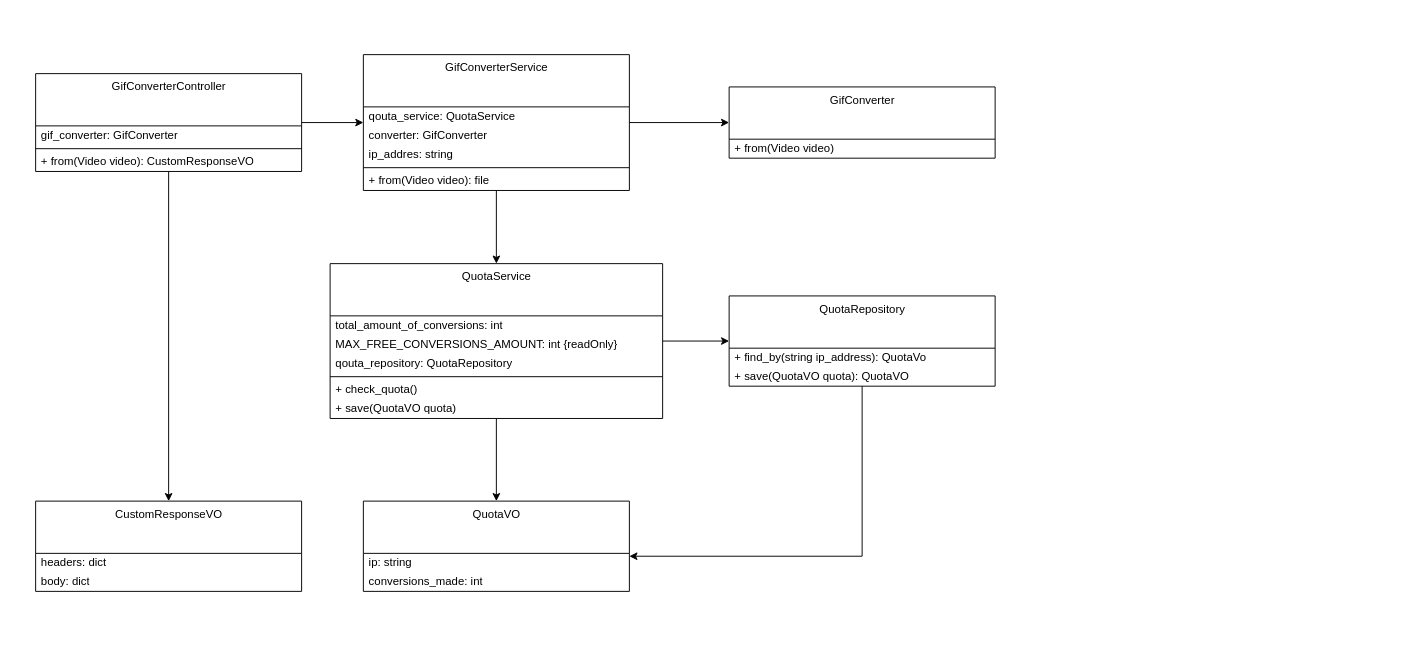
Before: page "SoC-BROKEN-SRP-NOT-BROKEN" (2 of 3) of images/clean-code-clean-systems/SRPvsSoC.drawio in GabrielSlima/blog, a draw.io diagram. Source tidied: cells renumbered, new cells numbered last; positions are measured from the earlier drawing's top-left corner, leaving out a move shared by most shapes. Both pictures are drawn from the tidied source at 95%, with x=0, y=0 at pixel (35, 54).
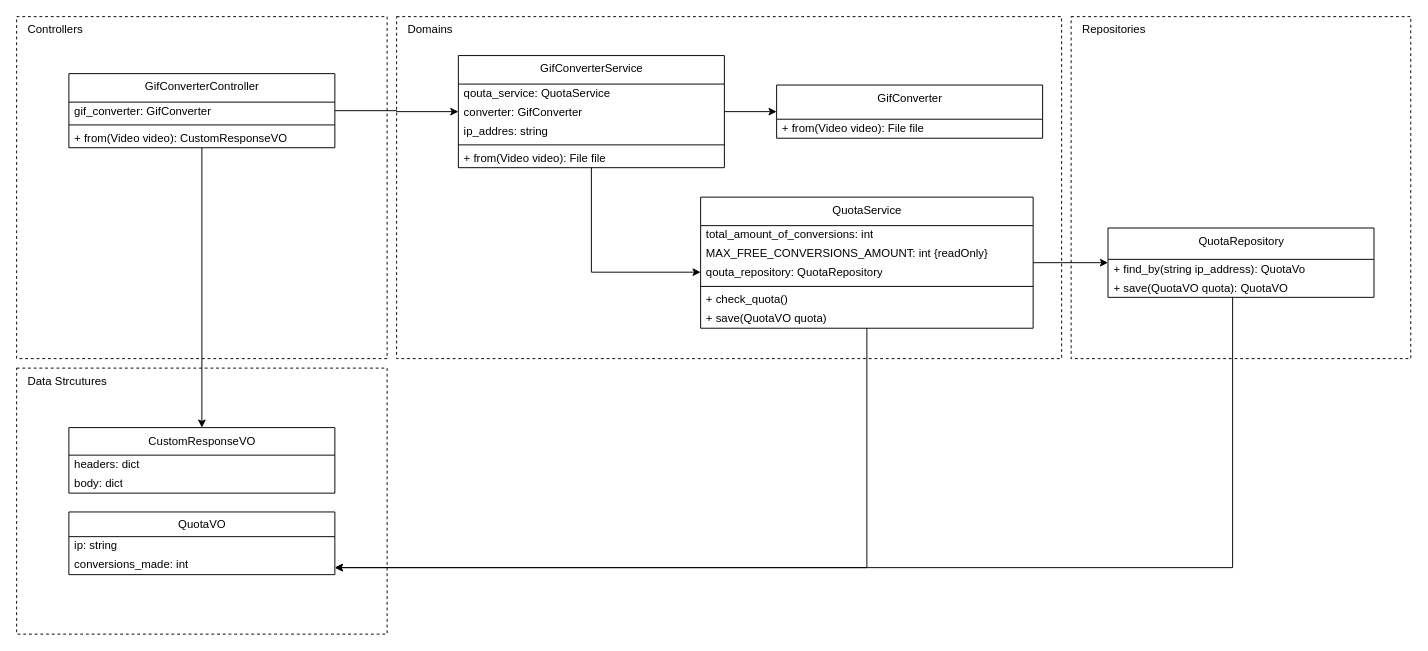
The same diagram, later.

Change to the diagram source:
```diff
@@
+    <mxCell id="37" value="Controllers" style="rounded=0;whiteSpace=wrap;html=1;fillColor=none;gradientColor=none;align=left;verticalAlign=top;spacingLeft=10;dashed=1;" parent="1" vertex="1">
+      <mxGeometry x="-20" y="-40" width="390" height="360" as="geometry" />
+    </mxCell>
+    <mxCell id="38" value="Repositories" style="rounded=0;whiteSpace=wrap;html=1;fillColor=none;gradientColor=none;align=left;verticalAlign=top;spacingLeft=10;dashed=1;" parent="1" vertex="1">
+      <mxGeometry x="1090" y="-40" width="357.5" height="360" as="geometry" />
+    </mxCell>
+    <mxCell id="39" value="Domains" style="rounded=0;whiteSpace=wrap;html=1;fillColor=none;gradientColor=none;align=left;verticalAlign=top;spacingLeft=10;dashed=1;" parent="1" vertex="1">
+      <mxGeometry x="380" y="-40" width="700" height="360" as="geometry" />
+    </mxCell>
+    <mxCell id="40" value="Data Strcutures" style="rounded=0;whiteSpace=wrap;html=1;fillColor=none;gradientColor=none;align=left;verticalAlign=top;spacingLeft=10;dashed=1;" parent="1" vertex="1">
+      <mxGeometry x="-20" y="330" width="390" height="280" as="geometry" />
+    </mxCell>
-    <mxCell id="2" value="GifConverter" style="swimlane;fontStyle=0;align=center;verticalAlign=top;horizontal=1;startSize=55;html=1;" parent="1" vertex="1">
-      <mxGeometry x="730" y="34" width="280" height="75" as="geometry" />
+    <mxCell id="2" value="GifConverter" style="swimlane;fontStyle=0;align=center;verticalAlign=top;horizontal=1;startSize=36;html=1;" parent="1" vertex="1">
+      <mxGeometry x="780" y="32" width="280" height="56" as="geometry" />
     </mxCell>
-    <mxCell id="3" value="+ from(Video video)" style="text;html=1;strokeColor=none;fillColor=none;align=left;verticalAlign=middle;spacingLeft=4;spacingRight=4;overflow=hidden;" parent="2" vertex="1">
-      <mxGeometry y="55" width="280" height="20" as="geometry" />
+    <mxCell id="3" value="+ from(Video video): File file" style="text;html=1;strokeColor=none;fillColor=none;align=left;verticalAlign=middle;spacingLeft=4;spacingRight=4;overflow=hidden;" parent="2" vertex="1">
+      <mxGeometry y="36" width="280" height="20" as="geometry" />
     </mxCell>
     <mxCell id="4" style="edgeStyle=orthogonalEdgeStyle;rounded=0;jettySize=auto;html=1;" parent="1" edge="1" source="5" target="8">
       <mxGeometry relative="1" as="geometry">
         <Array as="points">
-          <mxPoint x="870" y="528" />
+          <mxPoint x="1260" y="540" />
         </Array>
       </mxGeometry>
     </mxCell>
-    <mxCell id="5" value="QuotaRepository" style="swimlane;fontStyle=0;align=center;verticalAlign=top;horizontal=1;startSize=55;html=1;" parent="1" vertex="1">
-      <mxGeometry x="730" y="254" width="280" height="95" as="geometry" />
+    <mxCell id="5" value="QuotaRepository" style="swimlane;fontStyle=0;align=center;verticalAlign=top;horizontal=1;startSize=33;html=1;" parent="1" vertex="1">
+      <mxGeometry x="1128.8" y="182.5" width="280" height="73" as="geometry" />
     </mxCell>
     <mxCell id="6" value="+ find_by(string ip_address): QuotaVo" style="text;html=1;strokeColor=none;fillColor=none;align=left;verticalAlign=middle;spacingLeft=4;spacingRight=4;overflow=hidden;" parent="5" vertex="1">
-      <mxGeometry y="55" width="280" height="20" as="geometry" />
+      <mxGeometry y="33" width="280" height="20" as="geometry" />
     </mxCell>
     <mxCell id="7" value="+ save(QuotaVO quota): QuotaVO" style="text;html=1;strokeColor=none;fillColor=none;align=left;verticalAlign=middle;spacingLeft=4;spacingRight=4;overflow=hidden;" parent="5" vertex="1">
-      <mxGeometry y="75" width="280" height="20" as="geometry" />
+      <mxGeometry y="53" width="280" height="20" as="geometry" />
     </mxCell>
-    <mxCell id="8" value="QuotaVO" style="swimlane;fontStyle=0;align=center;verticalAlign=top;horizontal=1;startSize=55;html=1;" parent="1" vertex="1">
-      <mxGeometry x="345" y="470" width="280" height="95" as="geometry" />
+    <mxCell id="8" value="QuotaVO" style="swimlane;fontStyle=0;align=center;verticalAlign=top;horizontal=1;startSize=26;html=1;" parent="1" vertex="1">
+      <mxGeometry x="35" y="481.4" width="280" height="66" as="geometry" />
     </mxCell>
     <mxCell id="9" value="&lt;div&gt;ip: string&lt;/div&gt;" style="text;html=1;strokeColor=none;fillColor=none;align=left;verticalAlign=middle;spacingLeft=4;spacingRight=4;overflow=hidden;" parent="8" vertex="1">
-      <mxGeometry y="55" width="280" height="20" as="geometry" />
+      <mxGeometry y="26" width="280" height="20" as="geometry" />
     </mxCell>
     <mxCell id="10" value="&lt;div&gt;conversions_made: int&lt;/div&gt;" style="text;html=1;strokeColor=none;fillColor=none;align=left;verticalAlign=middle;spacingLeft=4;spacingRight=4;overflow=hidden;" parent="8" vertex="1">
-      <mxGeometry y="75" width="280" height="20" as="geometry" />
+      <mxGeometry y="46" width="280" height="20" as="geometry" />
     </mxCell>
@@
-    <mxCell id="13" value="GifConverterController" style="swimlane;fontStyle=0;align=center;verticalAlign=top;horizontal=1;startSize=55;html=1;" parent="1" vertex="1">
-      <mxGeometry y="20" width="280" height="103" as="geometry" />
+    <mxCell id="13" value="GifConverterController" style="swimlane;fontStyle=0;align=center;verticalAlign=top;horizontal=1;startSize=30;html=1;" parent="1" vertex="1">
+      <mxGeometry x="35" y="20" width="280" height="78" as="geometry" />
     </mxCell>
     <mxCell id="14" value="gif_converter: GifConverter" style="text;html=1;strokeColor=none;fillColor=none;align=left;verticalAlign=middle;spacingLeft=4;spacingRight=4;overflow=hidden;" parent="13" vertex="1">
-      <mxGeometry y="55" width="280" height="20" as="geometry" />
+      <mxGeometry y="30" width="280" height="20" as="geometry" />
     </mxCell>
     <mxCell id="15" style="line;strokeWidth=1;fillColor=none;align=left;verticalAlign=middle;spacingTop=-1;spacingLeft=3;spacingRight=3;labelPosition=right;" parent="13" vertex="1">
-      <mxGeometry y="75" width="280" height="8" as="geometry" />
+      <mxGeometry y="50" width="280" height="8" as="geometry" />
     </mxCell>
     <mxCell id="16" value="+ from(Video video): CustomResponseVO" style="text;html=1;strokeColor=none;fillColor=none;align=left;verticalAlign=middle;spacingLeft=4;spacingRight=4;overflow=hidden;" parent="13" vertex="1">
-      <mxGeometry y="83" width="280" height="20" as="geometry" />
+      <mxGeometry y="58" width="280" height="20" as="geometry" />
     </mxCell>
@@
-    <mxCell id="18" style="edgeStyle=orthogonalEdgeStyle;rounded=0;jettySize=auto;html=1;entryX=0.5;entryY=0;entryDx=0;entryDy=0;" parent="1" edge="1" source="19" target="8">
-      <mxGeometry relative="1" as="geometry" />
+    <mxCell id="18" style="edgeStyle=orthogonalEdgeStyle;rounded=0;jettySize=auto;html=1;" parent="1" edge="1" source="19" target="8">
+      <mxGeometry relative="1" as="geometry">
+        <Array as="points">
+          <mxPoint x="875" y="540" />
+        </Array>
+      </mxGeometry>
     </mxCell>
-    <mxCell id="19" value="QuotaService" style="swimlane;fontStyle=0;align=center;verticalAlign=top;horizontal=1;startSize=55;html=1;" parent="1" vertex="1">
-      <mxGeometry x="310" y="220" width="350" height="163" as="geometry" />
+    <mxCell id="19" value="QuotaService" style="swimlane;fontStyle=0;align=center;verticalAlign=top;horizontal=1;startSize=30;html=1;" parent="1" vertex="1">
+      <mxGeometry x="700" y="150" width="350" height="138" as="geometry" />
     </mxCell>
     <mxCell id="20" value="total_amount_of_conversions: int" style="text;html=1;strokeColor=none;fillColor=none;align=left;verticalAlign=middle;spacingLeft=4;spacingRight=4;overflow=hidden;" parent="19" vertex="1">
-      <mxGeometry y="55" width="350" height="20" as="geometry" />
+      <mxGeometry y="30" width="350" height="20" as="geometry" />
     </mxCell>
     <mxCell id="21" value="MAX_FREE_CONVERSIONS_AMOUNT: int {readOnly}" style="text;html=1;strokeColor=none;fillColor=none;align=left;verticalAlign=middle;spacingLeft=4;spacingRight=4;overflow=hidden;" parent="19" vertex="1">
-      <mxGeometry y="75" width="350" height="20" as="geometry" />
+      <mxGeometry y="50" width="350" height="20" as="geometry" />
     </mxCell>
     <mxCell id="22" value="qouta_repository: QuotaRepository" style="text;html=1;strokeColor=none;fillColor=none;align=left;verticalAlign=middle;spacingLeft=4;spacingRight=4;overflow=hidden;" parent="19" vertex="1">
-      <mxGeometry y="95" width="350" height="20" as="geometry" />
+      <mxGeometry y="70" width="350" height="20" as="geometry" />
     </mxCell>
     <mxCell id="23" style="line;strokeWidth=1;fillColor=none;align=left;verticalAlign=middle;spacingTop=-1;spacingLeft=3;spacingRight=3;labelPosition=right;" parent="19" vertex="1">
-      <mxGeometry y="115" width="350" height="8" as="geometry" />
+      <mxGeometry y="90" width="350" height="8" as="geometry" />
     </mxCell>
     <mxCell id="24" value="+ check_quota()" style="text;html=1;strokeColor=none;fillColor=none;align=left;verticalAlign=middle;spacingLeft=4;spacingRight=4;overflow=hidden;" parent="19" vertex="1">
-      <mxGeometry y="123" width="350" height="20" as="geometry" />
+      <mxGeometry y="98" width="350" height="20" as="geometry" />
     </mxCell>
     <mxCell id="25" value="+ save(QuotaVO quota)" style="text;html=1;strokeColor=none;fillColor=none;align=left;verticalAlign=middle;spacingLeft=4;spacingRight=4;overflow=hidden;" parent="19" vertex="1">
-      <mxGeometry y="143" width="350" height="20" as="geometry" />
+      <mxGeometry y="118" width="350" height="20" as="geometry" />
     </mxCell>
@@
     <mxCell id="27" style="edgeStyle=orthogonalEdgeStyle;rounded=0;jettySize=auto;html=1;" parent="1" edge="1" source="28" target="19">
-      <mxGeometry relative="1" as="geometry" />
+      <mxGeometry relative="1" as="geometry">
+        <Array as="points">
+          <mxPoint x="585" y="229" />
+        </Array>
+      </mxGeometry>
     </mxCell>
-    <mxCell id="28" value="GifConverterService" style="swimlane;fontStyle=0;align=center;verticalAlign=top;horizontal=1;startSize=55;html=1;" parent="1" vertex="1">
-      <mxGeometry x="345" width="280" height="143" as="geometry" />
+    <mxCell id="28" value="GifConverterService" style="swimlane;fontStyle=0;align=center;verticalAlign=top;horizontal=1;startSize=30;html=1;" parent="1" vertex="1">
+      <mxGeometry x="445" y="1" width="280" height="118" as="geometry" />
     </mxCell>
     <mxCell id="29" value="qouta_service: QuotaService" style="text;html=1;strokeColor=none;fillColor=none;align=left;verticalAlign=middle;spacingLeft=4;spacingRight=4;overflow=hidden;" parent="28" vertex="1">
-      <mxGeometry y="55" width="280" height="20" as="geometry" />
+      <mxGeometry y="30" width="280" height="20" as="geometry" />
     </mxCell>
     <mxCell id="30" value="converter: GifConverter" style="text;html=1;strokeColor=none;fillColor=none;align=left;verticalAlign=middle;spacingLeft=4;spacingRight=4;overflow=hidden;" parent="28" vertex="1">
-      <mxGeometry y="75" width="280" height="20" as="geometry" />
+      <mxGeometry y="50" width="280" height="20" as="geometry" />
     </mxCell>
     <mxCell id="31" value="ip_addres: string" style="text;html=1;strokeColor=none;fillColor=none;align=left;verticalAlign=middle;spacingLeft=4;spacingRight=4;overflow=hidden;" parent="28" vertex="1">
-      <mxGeometry y="95" width="280" height="20" as="geometry" />
+      <mxGeometry y="70" width="280" height="20" as="geometry" />
     </mxCell>
     <mxCell id="32" style="line;strokeWidth=1;fillColor=none;align=left;verticalAlign=middle;spacingTop=-1;spacingLeft=3;spacingRight=3;labelPosition=right;" parent="28" vertex="1">
-      <mxGeometry y="115" width="280" height="8" as="geometry" />
+      <mxGeometry y="90" width="280" height="8" as="geometry" />
     </mxCell>
-    <mxCell id="33" value="+ from(Video video): file" style="text;html=1;strokeColor=none;fillColor=none;align=left;verticalAlign=middle;spacingLeft=4;spacingRight=4;overflow=hidden;" parent="28" vertex="1">
-      <mxGeometry y="123" width="280" height="20" as="geometry" />
+    <mxCell id="33" value="+ from(Video video): File file" style="text;html=1;strokeColor=none;fillColor=none;align=left;verticalAlign=middle;spacingLeft=4;spacingRight=4;overflow=hidden;" parent="28" vertex="1">
+      <mxGeometry y="98" width="280" height="20" as="geometry" />
     </mxCell>
-    <mxCell id="34" value="CustomResponseVO" style="swimlane;fontStyle=0;align=center;verticalAlign=top;horizontal=1;startSize=55;html=1;" parent="1" vertex="1">
-      <mxGeometry y="470" width="280" height="95" as="geometry" />
+    <mxCell id="34" value="CustomResponseVO" style="swimlane;fontStyle=0;align=center;verticalAlign=top;horizontal=1;startSize=29;html=1;" parent="1" vertex="1">
+      <mxGeometry x="35" y="392.6" width="280" height="69" as="geometry" />
     </mxCell>
     <mxCell id="35" value="&lt;div&gt;headers: dict&lt;/div&gt;" style="text;html=1;strokeColor=none;fillColor=none;align=left;verticalAlign=middle;spacingLeft=4;spacingRight=4;overflow=hidden;" parent="34" vertex="1">
-      <mxGeometry y="55" width="280" height="20" as="geometry" />
+      <mxGeometry y="29" width="280" height="20" as="geometry" />
     </mxCell>
     <mxCell id="36" value="body: dict" style="text;html=1;strokeColor=none;fillColor=none;align=left;verticalAlign=middle;spacingLeft=4;spacingRight=4;overflow=hidden;" parent="34" vertex="1">
-      <mxGeometry y="75" width="280" height="20" as="geometry" />
+      <mxGeometry y="49" width="280" height="20" as="geometry" />
     </mxCell>
```
